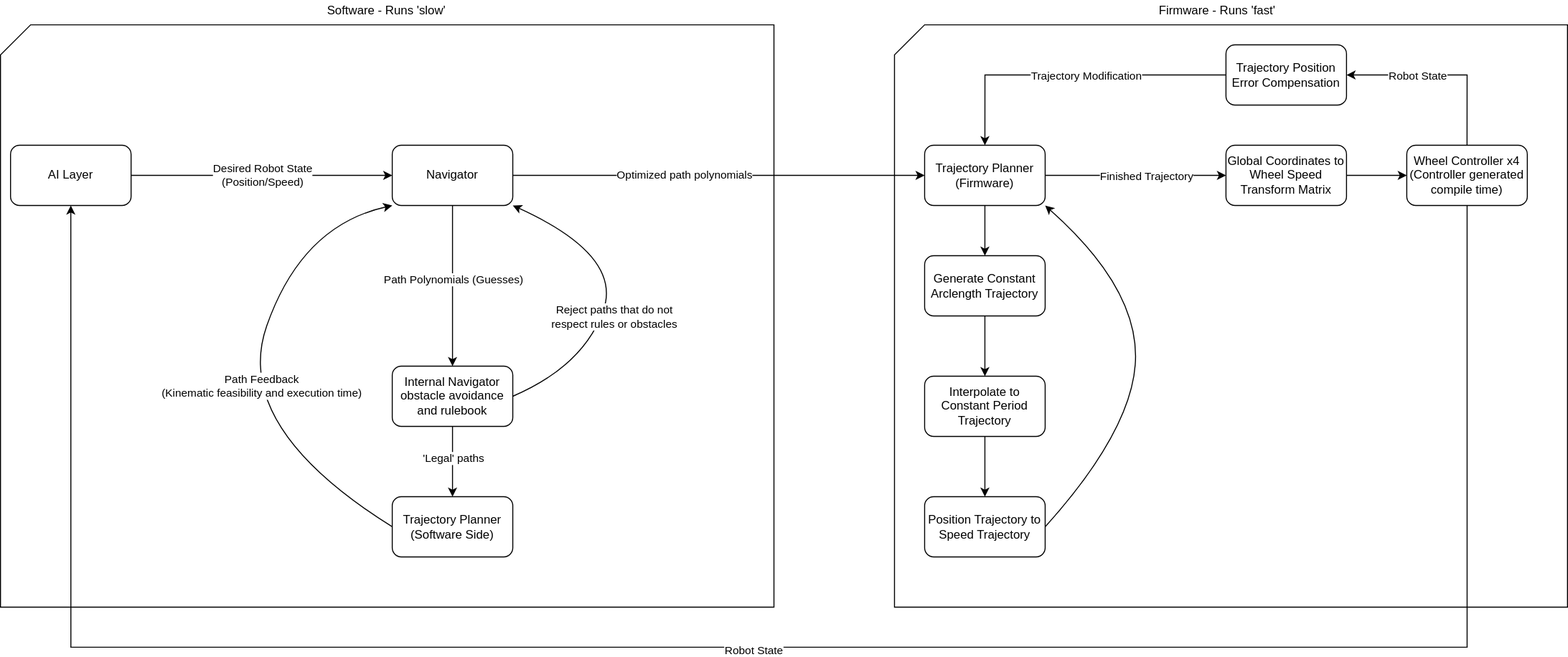
Above: docs/images/ControlStock.svg in UBC-Thunderbots/Software (draw.io), before the change. Source tidied: cells renumbered, new cells last; positions are measured from the earlier drawing's top-left corner, leaving out a move shared by most shapes.
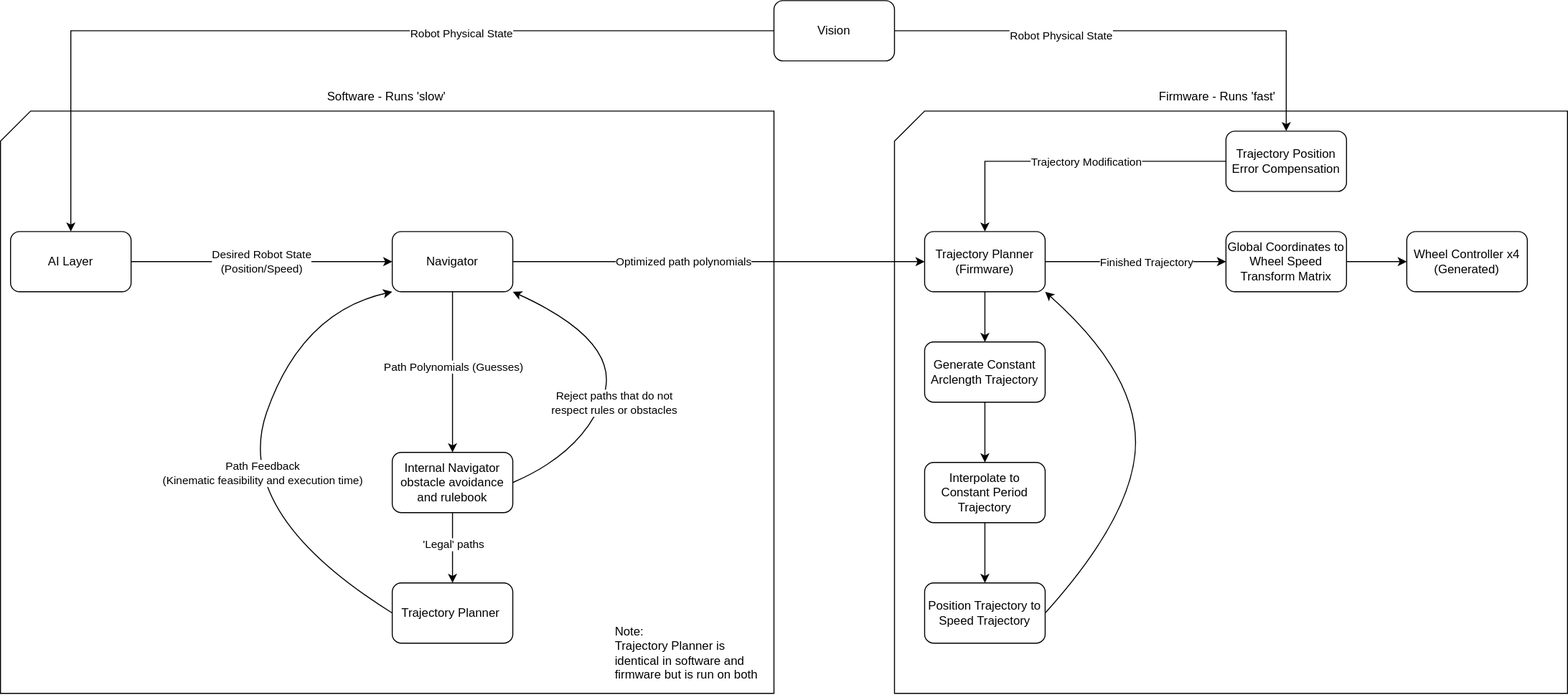
Above is the later version.

Commit message:
Added Note for trajectory planner and added vision box to show robot state feedback

Change to the diagram source:
```diff
@@ -17,7 +17,7 @@
     <mxCell id="6" value="Desired Robot State&lt;br&gt;(Position/Speed)" style="endArrow=classic;html=1;exitX=1;exitY=0.5;exitDx=0;exitDy=0;entryX=0;entryY=0.5;entryDx=0;entryDy=0;" parent="1" edge="1" source="4" target="5">
       <mxGeometry relative="1" as="geometry" />
     </mxCell>
-    <mxCell id="7" value="Trajectory Planner (Software Side)" style="rounded=1;whiteSpace=wrap;html=1;" parent="1" vertex="1">
+    <mxCell id="7" value="Trajectory Planner&amp;nbsp;" style="rounded=1;whiteSpace=wrap;html=1;" parent="1" vertex="1">
       <mxGeometry x="390" y="494" width="120" height="60" as="geometry" />
     </mxCell>
     <mxCell id="8" style="endArrow=classic;html=1;entryX=0.5;entryY=0;entryDx=0;entryDy=0;exitX=0.5;exitY=1;exitDx=0;exitDy=0;" parent="1" edge="1" source="5" target="15">
@@ -115,30 +115,7 @@
         <mxPoint x="28" y="-250.2" as="offset" />
       </mxGeometry>
     </mxCell>
-    <mxCell id="29" style="edgeStyle=orthogonalEdgeStyle;rounded=0;jettySize=auto;html=1;entryX=1;entryY=0.5;entryDx=0;entryDy=0;exitX=0.5;exitY=0;exitDx=0;exitDy=0;" parent="1" edge="1" source="33" target="38">
-      <mxGeometry relative="1" as="geometry">
-        <Array as="points">
-          <mxPoint x="1460" y="74" />
-        </Array>
-      </mxGeometry>
-    </mxCell>
-    <mxCell id="30" value="Robot State" style="edgeLabel;html=1;align=center;verticalAlign=middle;" parent="29" vertex="1">
-      <mxGeometry x="-0.28" y="30" relative="1" as="geometry">
-        <mxPoint x="-20" y="-1.4" as="offset" />
-      </mxGeometry>
-    </mxCell>
-    <mxCell id="31" style="edgeStyle=orthogonalEdgeStyle;rounded=0;jettySize=auto;html=1;entryX=0.5;entryY=1;entryDx=0;entryDy=0;" parent="1" edge="1" source="33" target="4">
-      <mxGeometry relative="1" as="geometry">
-        <Array as="points">
-          <mxPoint x="1460" y="644" />
-          <mxPoint x="70" y="644" />
-        </Array>
-      </mxGeometry>
-    </mxCell>
-    <mxCell id="32" value="Robot State" style="edgeLabel;html=1;align=center;verticalAlign=middle;" parent="31" vertex="1">
-      <mxGeometry x="0.01" y="2" relative="1" as="geometry" />
-    </mxCell>
-    <mxCell id="33" value="Wheel Controller x4&lt;br&gt;(Controller generated compile time)" style="rounded=1;whiteSpace=wrap;html=1;" parent="1" vertex="1">
+    <mxCell id="33" value="Wheel Controller x4&lt;br&gt;(Generated)" style="rounded=1;whiteSpace=wrap;html=1;" parent="1" vertex="1">
       <mxGeometry x="1400" y="144" width="120" height="60" as="geometry" />
     </mxCell>
     <mxCell id="34" style="edgeStyle=orthogonalEdgeStyle;rounded=0;jettySize=auto;html=1;entryX=0;entryY=0.5;entryDx=0;entryDy=0;" parent="1" edge="1" source="35" target="33">
@@ -161,5 +138,23 @@
     <mxCell id="39" value="Firmware - Runs 'fast'" style="text;html=1;align=center;verticalAlign=middle;" parent="1" vertex="1">
       <mxGeometry x="1146" width="130" height="20" as="geometry" />
     </mxCell>
+    <mxCell id="40" style="edgeStyle=orthogonalEdgeStyle;rounded=0;jettySize=auto;html=1;entryX=0.5;entryY=0;entryDx=0;entryDy=0;" parent="1" edge="1" source="44" target="4">
+      <mxGeometry relative="1" as="geometry" />
+    </mxCell>
+    <mxCell id="41" value="Robot Physical State" style="edgeLabel;html=1;align=center;verticalAlign=middle;" parent="40" vertex="1">
+      <mxGeometry x="-0.31" y="2" relative="1" as="geometry" />
+    </mxCell>
+    <mxCell id="42" style="edgeStyle=orthogonalEdgeStyle;rounded=0;jettySize=auto;html=1;entryX=0.5;entryY=0;entryDx=0;entryDy=0;" parent="1" edge="1" source="44" target="38">
+      <mxGeometry relative="1" as="geometry" />
+    </mxCell>
+    <mxCell id="43" value="Robot Physical State" style="edgeLabel;html=1;align=center;verticalAlign=middle;" parent="42" vertex="1">
+      <mxGeometry x="-0.32" y="-4" relative="1" as="geometry" />
+    </mxCell>
+    <mxCell id="44" value="Vision" style="rounded=1;whiteSpace=wrap;html=1;" parent="1" vertex="1">
+      <mxGeometry x="770" y="-86" width="120" height="60" as="geometry" />
+    </mxCell>
+    <mxCell id="45" value="Note:&lt;br&gt;Trajectory Planner is identical in software and firmware but is run on both" style="text;html=1;strokeColor=none;fillColor=none;align=left;verticalAlign=middle;whiteSpace=wrap;rounded=0;" parent="1" vertex="1">
+      <mxGeometry x="610" y="554" width="150" height="20" as="geometry" />
+    </mxCell>
   </root>
 </mxGraphModel>
```
